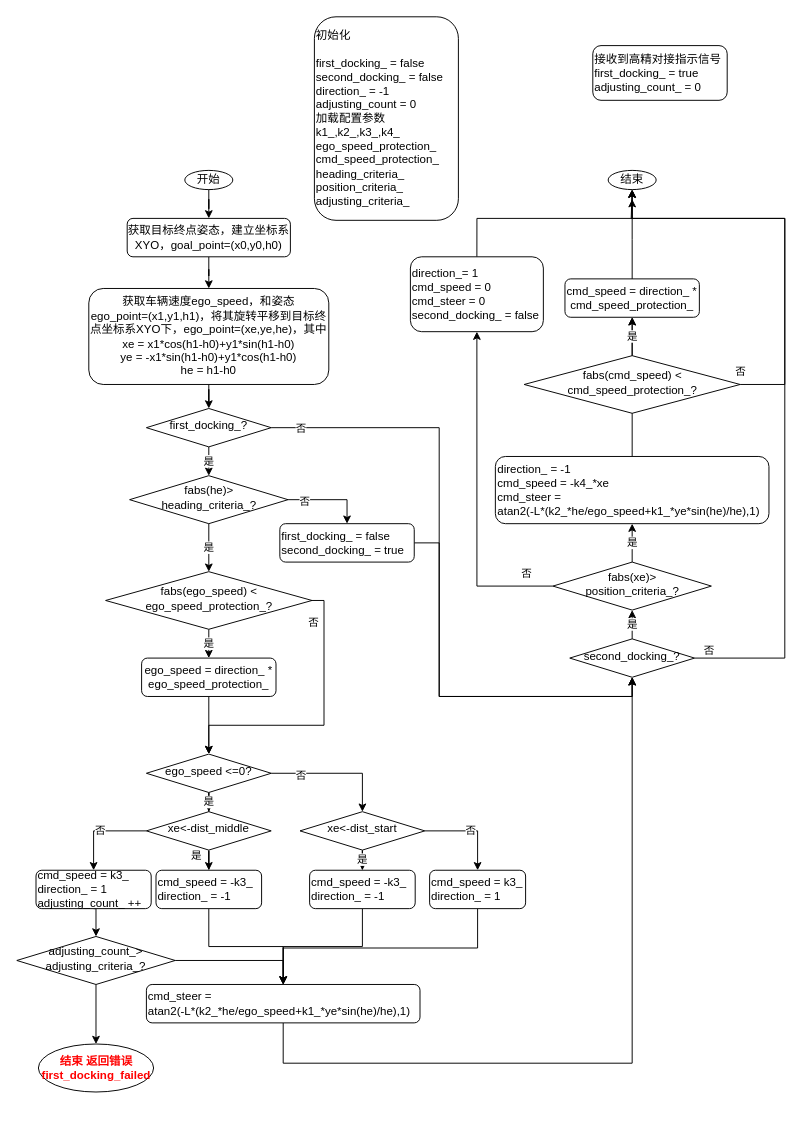
The draw.io diagram page "flowchart" (1 of 2) of precise_docking.drawio in Thousandsuny/Learning, before the edit. Source tidied: cells renumbered, new cells numbered last; positions are measured from the earlier drawing's top-left corner, leaving out a move shared by most shapes. Both pictures are drawn from the tidied source at 96%, with x=0, y=0 at pixel (16, 16).
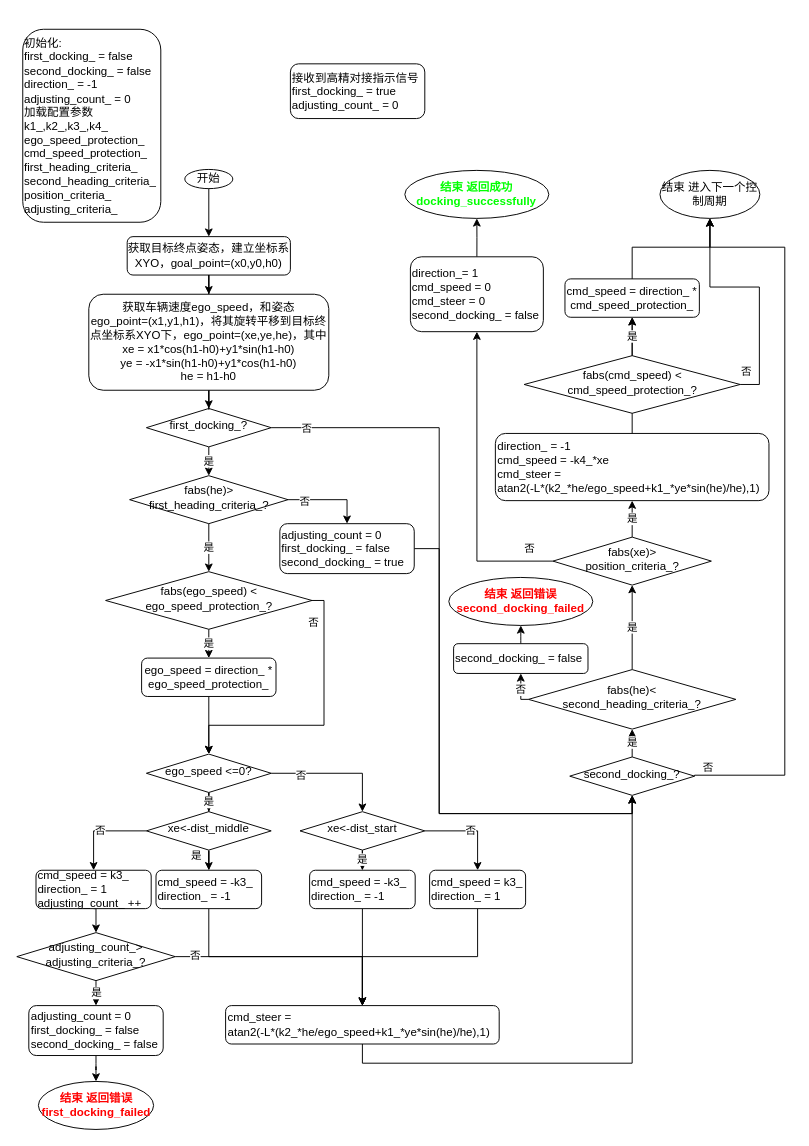
After the change.

The change refers to these unchanged cells:
```xml
<mxCell id="7" value="first_docking_?" style="rhombus;whiteSpace=wrap;html=1;shadow=0;fontFamily=Helvetica;fontSize=12;align=center;strokeWidth=1;spacing=6;spacingTop=-4;" parent="1" vertex="1">
  <mxGeometry x="135" y="408" width="130" height="40" as="geometry" />
</mxCell>
<mxCell id="23" value="cmd_speed = -k3_&lt;br&gt;direction_ = -1" style="rounded=1;whiteSpace=wrap;html=1;fontSize=12;glass=0;strokeWidth=1;shadow=0;align=left;" parent="1" vertex="1">
  <mxGeometry x="145" y="889" width="110" height="40" as="geometry" />
</mxCell>
<mxCell id="40" value="cmd_speed = k3_&lt;br&gt;direction_ = 1" style="rounded=1;whiteSpace=wrap;html=1;fontSize=12;glass=0;strokeWidth=1;shadow=0;align=left;" parent="1" vertex="1">
  <mxGeometry x="430" y="889" width="100" height="40" as="geometry" />
</mxCell>
<mxCell id="53" value="fabs(cmd_speed) &amp;lt; cmd_speed_protection_?" style="rhombus;whiteSpace=wrap;html=1;shadow=0;fontFamily=Helvetica;fontSize=12;align=center;strokeWidth=1;spacing=6;spacingTop=-4;" parent="1" vertex="1">
  <mxGeometry x="528.5" y="353" width="225" height="60" as="geometry" />
</mxCell>
<mxCell id="55" value="cmd_speed = direction_ * cmd_speed_protection_" style="rounded=1;whiteSpace=wrap;html=1;fontSize=12;glass=0;strokeWidth=1;shadow=0;" parent="1" vertex="1">
  <mxGeometry x="571" y="273" width="140" height="40" as="geometry" />
</mxCell>
<mxCell id="60" value="direction_= 1&lt;br&gt;cmd_speed = 0&lt;br&gt;cmd_steer = 0&lt;br&gt;second_docking_ = false" style="rounded=1;whiteSpace=wrap;html=1;fontSize=12;glass=0;strokeWidth=1;shadow=0;align=left;" parent="1" vertex="1">
  <mxGeometry x="410" y="250" width="138.5" height="78" as="geometry" />
</mxCell>
```

What changed in the source:
```diff
@@
     <mxCell id="3" value="获取目标终点姿态，建立坐标系XYO，goal_point=(x0,y0,h0)" style="rounded=1;whiteSpace=wrap;html=1;fontSize=12;glass=0;strokeWidth=1;shadow=0;" parent="1" vertex="1">
-      <mxGeometry x="115" y="210" width="170" height="40" as="geometry" />
+      <mxGeometry x="115" y="229" width="170" height="40" as="geometry" />
     </mxCell>
@@
     <mxCell id="5" style="edgeStyle=orthogonalEdgeStyle;rounded=0;jettySize=auto;html=1;exitX=1;exitY=0.5;exitDx=0;exitDy=0;entryX=0.5;entryY=1;entryDx=0;entryDy=0;" parent="1" edge="1" source="7" target="45">
       <mxGeometry relative="1" as="geometry">
         <Array as="points">
           <mxPoint x="440" y="428" />
-          <mxPoint x="440" y="708" />
-          <mxPoint x="641" y="708" />
+          <mxPoint x="440" y="830" />
+          <mxPoint x="641" y="830" />
         </Array>
       </mxGeometry>
     </mxCell>
@@
     <mxCell id="8" value="开始" style="ellipse;whiteSpace=wrap;html=1;" parent="1" vertex="1">
-      <mxGeometry x="175" y="160" width="50" height="20" as="geometry" />
+      <mxGeometry x="175" y="159" width="50" height="20" as="geometry" />
     </mxCell>
@@
     <mxCell id="10" value="获取车辆速度ego_speed，和姿态&lt;br&gt;ego_point=(x1,y1,h1)，将其旋转平移到目标终点坐标系XYO下，ego_point=(xe,ye,he)，其中&lt;br&gt;xe = x1*cos(h1-h0)+y1*sin(h1-h0)&lt;br&gt;ye = -x1*sin(h1-h0)+y1*cos(h1-h0)&lt;br&gt;he = h1-h0" style="rounded=1;whiteSpace=wrap;html=1;fontSize=12;glass=0;strokeWidth=1;shadow=0;" parent="1" vertex="1">
-      <mxGeometry x="75" y="283" width="250" height="100" as="geometry" />
+      <mxGeometry x="75" y="289" width="250" height="100" as="geometry" />
     </mxCell>
@@
-    <mxCell id="14" value="fabs(he)&amp;gt;&lt;br&gt;heading_criteria_?" style="rhombus;whiteSpace=wrap;html=1;shadow=0;fontFamily=Helvetica;fontSize=12;align=center;strokeWidth=1;spacing=6;spacingTop=-4;" parent="1" vertex="1">
+    <mxCell id="14" value="fabs(he)&amp;gt;&lt;br&gt;first_heading_criteria_?" style="rhombus;whiteSpace=wrap;html=1;shadow=0;fontFamily=Helvetica;fontSize=12;align=center;strokeWidth=1;spacing=6;spacingTop=-4;" parent="1" vertex="1">
       <mxGeometry x="117.5" y="478" width="165" height="50" as="geometry" />
     </mxCell>
@@
     <mxCell id="22" style="edgeStyle=orthogonalEdgeStyle;rounded=0;jettySize=auto;html=1;entryX=0.5;entryY=0;entryDx=0;entryDy=0;" parent="1" edge="1" source="23" target="28">
-      <mxGeometry relative="1" as="geometry" />
+      <mxGeometry relative="1" as="geometry">
+        <Array as="points">
+          <mxPoint x="200" y="979" />
+          <mxPoint x="360" y="979" />
+        </Array>
+      </mxGeometry>
     </mxCell>
@@
     <mxCell id="27" style="edgeStyle=orthogonalEdgeStyle;rounded=0;jettySize=auto;html=1;entryX=0.5;entryY=1;entryDx=0;entryDy=0;exitX=0.5;exitY=1;exitDx=0;exitDy=0;" parent="1" edge="1" source="28" target="45">
       <mxGeometry relative="1" as="geometry">
         <Array as="points">
-          <mxPoint x="278" y="1090" />
+          <mxPoint x="360" y="1090" />
           <mxPoint x="641" y="1090" />
         </Array>
       </mxGeometry>
     </mxCell>
     <mxCell id="28" value="cmd_steer = &lt;br&gt;atan2(-L*(k2_*he/ego_speed+k1_*ye*sin(he)/he),1)" style="rounded=1;whiteSpace=wrap;html=1;fontSize=12;glass=0;strokeWidth=1;shadow=0;align=left;" parent="1" vertex="1">
-      <mxGeometry x="135" y="1008" width="285" height="40" as="geometry" />
+      <mxGeometry x="217.5" y="1030" width="285" height="40" as="geometry" />
     </mxCell>
@@
     <mxCell id="39" style="edgeStyle=orthogonalEdgeStyle;rounded=0;jettySize=auto;html=1;entryX=0.5;entryY=0;entryDx=0;entryDy=0;" parent="1" edge="1" source="40" target="28">
       <mxGeometry relative="1" as="geometry">
         <Array as="points">
-          <mxPoint x="480" y="970" />
-          <mxPoint x="278" y="970" />
+          <mxPoint x="480" y="979" />
+          <mxPoint x="360" y="979" />
         </Array>
       </mxGeometry>
     </mxCell>
@@
     <mxCell id="41" style="edgeStyle=orthogonalEdgeStyle;rounded=0;jettySize=auto;html=1;entryX=0.5;entryY=1;entryDx=0;entryDy=0;exitX=1;exitY=0.5;exitDx=0;exitDy=0;" parent="1" edge="1" source="42" target="45">
       <mxGeometry relative="1" as="geometry">
         <Array as="points">
-          <mxPoint x="440" y="548" />
-          <mxPoint x="440" y="708" />
-          <mxPoint x="641" y="708" />
+          <mxPoint x="440" y="554" />
+          <mxPoint x="440" y="830" />
+          <mxPoint x="641" y="830" />
         </Array>
       </mxGeometry>
     </mxCell>
-    <mxCell id="42" value="first_docking_ = false&lt;br&gt;second_docking_ = true" style="rounded=1;whiteSpace=wrap;html=1;fontSize=12;glass=0;strokeWidth=1;shadow=0;align=left;" parent="1" vertex="1">
-      <mxGeometry x="274" y="528" width="140" height="40" as="geometry" />
+    <mxCell id="42" value="adjusting_count = 0&lt;br&gt;first_docking_ = false&lt;br&gt;second_docking_ = true" style="rounded=1;whiteSpace=wrap;html=1;fontSize=12;glass=0;strokeWidth=1;shadow=0;align=left;" parent="1" vertex="1">
+      <mxGeometry x="274" y="528" width="140" height="52" as="geometry" />
     </mxCell>
-    <mxCell id="43" value="是" style="edgeStyle=orthogonalEdgeStyle;rounded=0;jettySize=auto;html=1;exitX=0.5;exitY=0;exitDx=0;exitDy=0;" parent="1" edge="1" source="45" target="48">
+    <mxCell id="43" value="是" style="edgeStyle=orthogonalEdgeStyle;rounded=0;jettySize=auto;html=1;exitX=0.5;exitY=0;exitDx=0;exitDy=0;entryX=0.5;entryY=1;entryDx=0;entryDy=0;" parent="1" edge="1" source="45" target="73">
       <mxGeometry relative="1" as="geometry" />
     </mxCell>
     <mxCell id="44" value="否" style="edgeStyle=orthogonalEdgeStyle;rounded=0;jettySize=auto;html=1;exitX=1;exitY=0.5;exitDx=0;exitDy=0;entryX=0.5;entryY=1;entryDx=0;entryDy=0;" parent="1" edge="1" source="45" target="58">
       <mxGeometry x="-0.96" y="8" relative="1" as="geometry">
         <Array as="points">
-          <mxPoint x="800" y="668" />
-          <mxPoint x="800" y="210" />
-          <mxPoint x="640" y="210" />
+          <mxPoint x="800" y="790" />
+          <mxPoint x="800" y="240" />
+          <mxPoint x="722" y="240" />
         </Array>
       </mxGeometry>
     </mxCell>
     <mxCell id="45" value="second_docking_?" style="rhombus;whiteSpace=wrap;html=1;shadow=0;fontFamily=Helvetica;fontSize=12;align=center;strokeWidth=1;spacing=6;spacingTop=-4;" parent="1" vertex="1">
-      <mxGeometry x="576" y="648" width="130" height="40" as="geometry" />
+      <mxGeometry x="576" y="771" width="130" height="40" as="geometry" />
     </mxCell>
@@
     <mxCell id="48" value="fabs(xe)&amp;gt;&lt;br&gt;position_criteria_?" style="rhombus;whiteSpace=wrap;html=1;shadow=0;fontFamily=Helvetica;fontSize=12;align=center;strokeWidth=1;spacing=6;spacingTop=-4;" parent="1" vertex="1">
-      <mxGeometry x="558.5" y="568" width="165" height="50" as="geometry" />
+      <mxGeometry x="558.5" y="542" width="165" height="50" as="geometry" />
     </mxCell>
@@
     <mxCell id="50" value="direction_ = -1&lt;br&gt;cmd_speed = -k4_*xe&lt;br&gt;cmd_steer = &lt;br&gt;atan2(-L*(k2_*he/ego_speed+k1_*ye*sin(he)/he),1)" style="rounded=1;whiteSpace=wrap;html=1;fontSize=12;glass=0;strokeWidth=1;shadow=0;align=left;" parent="1" vertex="1">
-      <mxGeometry x="498.5" y="458" width="285" height="70" as="geometry" />
+      <mxGeometry x="498.5" y="434" width="285" height="70" as="geometry" />
     </mxCell>
+    <mxCell id="52" value="是" style="edgeStyle=orthogonalEdgeStyle;rounded=0;jettySize=auto;html=1;" parent="1" edge="1" source="53" target="55">
+      <mxGeometry relative="1" as="geometry" />
+    </mxCell>
-    <mxCell id="51" value="否" style="edgeStyle=orthogonalEdgeStyle;rounded=0;jettySize=auto;html=1;exitX=1;exitY=0.5;exitDx=0;exitDy=0;entryX=0.5;entryY=1;entryDx=0;entryDy=0;" parent="1" edge="1" source="53" target="58">
-      <mxGeometry x="-1" y="13" relative="1" as="geometry">
-        <Array as="points">
-          <mxPoint x="800" y="383" />
-          <mxPoint x="800" y="210" />
-          <mxPoint x="641" y="210" />
-        </Array>
-      </mxGeometry>
+    <mxCell id="51" value="否" style="edgeStyle=orthogonalEdgeStyle;rounded=0;jettySize=auto;html=1;exitX=1;exitY=0.5;exitDx=0;exitDy=0;fontColor=#000000;entryX=0.5;entryY=1;entryDx=0;entryDy=0;" parent="1" edge="1" source="53" target="58">
+      <mxGeometry x="-0.95" y="13" relative="1" as="geometry" />
     </mxCell>
-    <mxCell id="52" value="是" style="edgeStyle=orthogonalEdgeStyle;rounded=0;jettySize=auto;html=1;" parent="1" edge="1" source="53" target="55">
-      <mxGeometry relative="1" as="geometry" />
-    </mxCell>
@@
-    <mxCell id="54" style="edgeStyle=orthogonalEdgeStyle;rounded=0;jettySize=auto;html=1;" parent="1" edge="1" source="55">
-      <mxGeometry relative="1" as="geometry">
-        <mxPoint x="641" y="190" as="targetPoint" />
-      </mxGeometry>
-    </mxCell>
+    <mxCell id="67" style="edgeStyle=orthogonalEdgeStyle;rounded=0;jettySize=auto;html=1;entryX=0.5;entryY=1;entryDx=0;entryDy=0;fontColor=#00FF00;" parent="1" edge="1" source="55" target="58">
+      <mxGeometry relative="1" as="geometry">
+        <Array as="points">
+          <mxPoint x="641" y="240" />
+          <mxPoint x="722" y="240" />
+        </Array>
+      </mxGeometry>
+    </mxCell>
@@
-    <mxCell id="57" value="初始化&lt;br&gt;&lt;br&gt;first_docking_ = false&lt;br&gt;second_docking_ = false&lt;br&gt;direction_ = -1&lt;br&gt;adjusting_count = 0&lt;br&gt;加载配置参数&lt;br&gt;k1_,k2_,k3_,k4_&lt;br&gt;ego_speed_protection_&lt;br&gt;cmd_speed_protection_&lt;br&gt;heading_criteria_&lt;br&gt;position_criteria_&lt;br&gt;adjusting_criteria_&lt;br&gt;" style="rounded=1;whiteSpace=wrap;html=1;fontSize=12;glass=0;strokeWidth=1;shadow=0;align=left;" parent="1" vertex="1">
-      <mxGeometry x="310" width="150" height="212" as="geometry" />
+    <mxCell id="57" value="初始化:&lt;br&gt;first_docking_ = false&lt;br&gt;second_docking_ = false&lt;br&gt;direction_ = -1&lt;br&gt;adjusting_count_ = 0&lt;br&gt;加载配置参数&lt;br&gt;k1_,k2_,k3_,k4_&lt;br&gt;ego_speed_protection_&lt;br&gt;cmd_speed_protection_&lt;br&gt;first_heading_criteria_&lt;br&gt;second_heading_criteria_&lt;br&gt;position_criteria_&lt;br&gt;adjusting_criteria_" style="rounded=1;whiteSpace=wrap;html=1;fontSize=12;glass=0;strokeWidth=1;shadow=0;align=left;" parent="1" vertex="1">
+      <mxGeometry x="6.2" y="13" width="143.8" height="201" as="geometry" />
     </mxCell>
-    <mxCell id="58" value="结束" style="ellipse;whiteSpace=wrap;html=1;" parent="1" vertex="1">
-      <mxGeometry x="616" y="160" width="50" height="20" as="geometry" />
+    <mxCell id="58" value="结束 进入下一个控制周期" style="ellipse;whiteSpace=wrap;html=1;" parent="1" vertex="1">
+      <mxGeometry x="670" y="160" width="104" height="50" as="geometry" />
     </mxCell>
-    <mxCell id="59" style="edgeStyle=orthogonalEdgeStyle;rounded=0;jettySize=auto;html=1;entryX=0.5;entryY=1;entryDx=0;entryDy=0;exitX=0.5;exitY=0;exitDx=0;exitDy=0;" parent="1" edge="1" source="60" target="58">
-      <mxGeometry relative="1" as="geometry">
-        <Array as="points">
-          <mxPoint x="479" y="210" />
-          <mxPoint x="641" y="210" />
-        </Array>
-      </mxGeometry>
-    </mxCell>
+    <mxCell id="68" style="edgeStyle=orthogonalEdgeStyle;rounded=0;jettySize=auto;html=1;exitX=0.5;exitY=0;exitDx=0;exitDy=0;entryX=0.5;entryY=1;entryDx=0;entryDy=0;fontColor=#00FF00;" parent="1" edge="1" source="60" target="75">
+      <mxGeometry relative="1" as="geometry" />
+    </mxCell>
@@
     <mxCell id="62" value="接收到高精对接指示信号&lt;br&gt;first_docking_ = true&lt;br&gt;adjusting_count_ = 0" style="rounded=1;whiteSpace=wrap;html=1;fontSize=12;glass=0;strokeWidth=1;shadow=0;align=left;" parent="1" vertex="1">
-      <mxGeometry x="600" y="30" width="140" height="57" as="geometry" />
+      <mxGeometry x="285" y="49" width="140" height="57" as="geometry" />
     </mxCell>
     <mxCell id="63" style="edgeStyle=orthogonalEdgeStyle;rounded=0;jettySize=auto;html=1;exitX=1;exitY=0.5;exitDx=0;exitDy=0;entryX=0.5;entryY=0;entryDx=0;entryDy=0;" parent="1" edge="1" source="65" target="28">
-      <mxGeometry relative="1" as="geometry" />
+      <mxGeometry relative="1" as="geometry">
+        <Array as="points">
+          <mxPoint x="165" y="979" />
+          <mxPoint x="360" y="979" />
+        </Array>
+      </mxGeometry>
     </mxCell>
-    <mxCell id="64" style="edgeStyle=orthogonalEdgeStyle;rounded=0;jettySize=auto;html=1;entryX=0.5;entryY=0;entryDx=0;entryDy=0;" parent="1" edge="1" source="65" target="66">
-      <mxGeometry relative="1" as="geometry" />
-    </mxCell>
+    <mxCell id="69" value="否" style="edgeLabel;html=1;align=center;verticalAlign=middle;fontColor=#000000;" parent="63" vertex="1">
+      <mxGeometry x="-0.84" y="2" relative="1" as="geometry" />
+    </mxCell>
+    <mxCell id="70" value="是" style="edgeStyle=orthogonalEdgeStyle;curved=1;rounded=0;jettySize=auto;html=1;exitX=0.5;exitY=1;exitDx=0;exitDy=0;entryX=0.5;entryY=0;entryDx=0;entryDy=0;fontColor=#000000;" parent="1" edge="1" source="65" target="77">
+      <mxGeometry relative="1" as="geometry" />
+    </mxCell>
     <mxCell id="65" value="adjusting_count_&amp;gt;&lt;br&gt;adjusting_criteria_?" style="rhombus;whiteSpace=wrap;html=1;shadow=0;fontFamily=Helvetica;fontSize=12;align=center;strokeWidth=1;spacing=6;spacingTop=-4;" parent="1" vertex="1">
-      <mxGeometry y="958" width="165" height="50" as="geometry" />
+      <mxGeometry y="954" width="165" height="50" as="geometry" />
     </mxCell>
     <mxCell id="66" value="&lt;span style=&quot;text-align: left;&quot;&gt;结束 返回错误&lt;/span&gt;&lt;br style=&quot;text-align: left;&quot;&gt;&lt;span style=&quot;text-align: left;&quot;&gt;first_docking_failed&lt;/span&gt;" style="ellipse;whiteSpace=wrap;html=1;fontColor=#FF0000;fontStyle=1;" parent="1" vertex="1">
-      <mxGeometry x="22.5" y="1070" width="120" height="50" as="geometry" />
+      <mxGeometry x="22.5" y="1109" width="120" height="50" as="geometry" />
     </mxCell>
+    <mxCell id="71" value="&lt;font color=&quot;#000000&quot;&gt;是&lt;/font&gt;" style="edgeStyle=orthogonalEdgeStyle;rounded=0;jettySize=auto;html=1;entryX=0.5;entryY=1;entryDx=0;entryDy=0;fontColor=#FF0000;" parent="1" edge="1" source="73" target="48">
+      <mxGeometry relative="1" as="geometry" />
+    </mxCell>
+    <mxCell id="72" value="否" style="edgeStyle=orthogonalEdgeStyle;rounded=0;jettySize=auto;html=1;exitX=0;exitY=0.5;exitDx=0;exitDy=0;entryX=0.5;entryY=1;entryDx=0;entryDy=0;fontColor=#000000;" parent="1" edge="1" source="73" target="79">
+      <mxGeometry relative="1" as="geometry">
+        <Array as="points">
+          <mxPoint x="525" y="711" />
+        </Array>
+      </mxGeometry>
+    </mxCell>
+    <mxCell id="73" value="fabs(he)&amp;lt;&lt;br&gt;second_heading_criteria_?" style="rhombus;whiteSpace=wrap;html=1;shadow=0;fontFamily=Helvetica;fontSize=12;align=center;strokeWidth=1;spacing=6;spacingTop=-4;" parent="1" vertex="1">
+      <mxGeometry x="533" y="680" width="216" height="62" as="geometry" />
+    </mxCell>
+    <mxCell id="74" value="&lt;span style=&quot;text-align: left;&quot;&gt;结束 返回错误&lt;/span&gt;&lt;br style=&quot;text-align: left;&quot;&gt;&lt;span style=&quot;text-align: left;&quot;&gt;second_docking_failed&lt;/span&gt;" style="ellipse;whiteSpace=wrap;html=1;fontColor=#FF0000;fontStyle=1;" parent="1" vertex="1">
+      <mxGeometry x="450" y="584" width="150" height="50" as="geometry" />
+    </mxCell>
+    <mxCell id="75" value="&lt;font color=&quot;#00ff00&quot;&gt;&lt;span style=&quot;text-align: left;&quot;&gt;结束 返回成功&lt;/span&gt;&lt;br style=&quot;text-align: left;&quot;&gt;&lt;span style=&quot;text-align: left;&quot;&gt;docking_successfully&lt;/span&gt;&lt;/font&gt;" style="ellipse;whiteSpace=wrap;html=1;fontColor=#FF0000;fontStyle=1;" parent="1" vertex="1">
+      <mxGeometry x="404.2" y="160" width="150" height="50" as="geometry" />
+    </mxCell>
+    <mxCell id="76" style="edgeStyle=orthogonalEdgeStyle;curved=1;rounded=0;jettySize=auto;html=1;fontColor=#000000;" parent="1" edge="1" source="77" target="66">
+      <mxGeometry relative="1" as="geometry" />
+    </mxCell>
+    <mxCell id="77" value="adjusting_count = 0&lt;br&gt;first_docking_ = false&lt;br&gt;second_docking_ = false" style="rounded=1;whiteSpace=wrap;html=1;fontSize=12;glass=0;strokeWidth=1;shadow=0;align=left;" parent="1" vertex="1">
+      <mxGeometry x="12.5" y="1030" width="140" height="52" as="geometry" />
+    </mxCell>
+    <mxCell id="78" style="edgeStyle=orthogonalEdgeStyle;curved=1;rounded=0;jettySize=auto;html=1;exitX=0.5;exitY=0;exitDx=0;exitDy=0;entryX=0.5;entryY=1;entryDx=0;entryDy=0;fontColor=#000000;" parent="1" edge="1" source="79" target="74">
+      <mxGeometry relative="1" as="geometry" />
+    </mxCell>
+    <mxCell id="79" value="second_docking_ = false" style="rounded=1;whiteSpace=wrap;html=1;fontSize=12;glass=0;strokeWidth=1;shadow=0;align=left;" parent="1" vertex="1">
+      <mxGeometry x="455" y="653" width="140" height="31" as="geometry" />
+    </mxCell>
```
